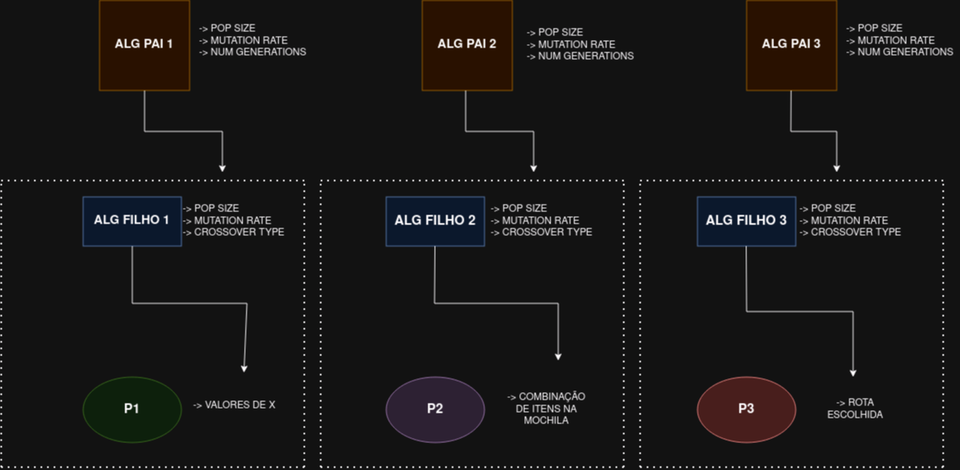
Above: esquemaAlgs.drawio.png in ncalsolari/TCC (draw.io), before the change. Source tidied: cells renumbered, new cells last; positions are measured from the earlier drawing's top-left corner, leaving out a move shared by most shapes.
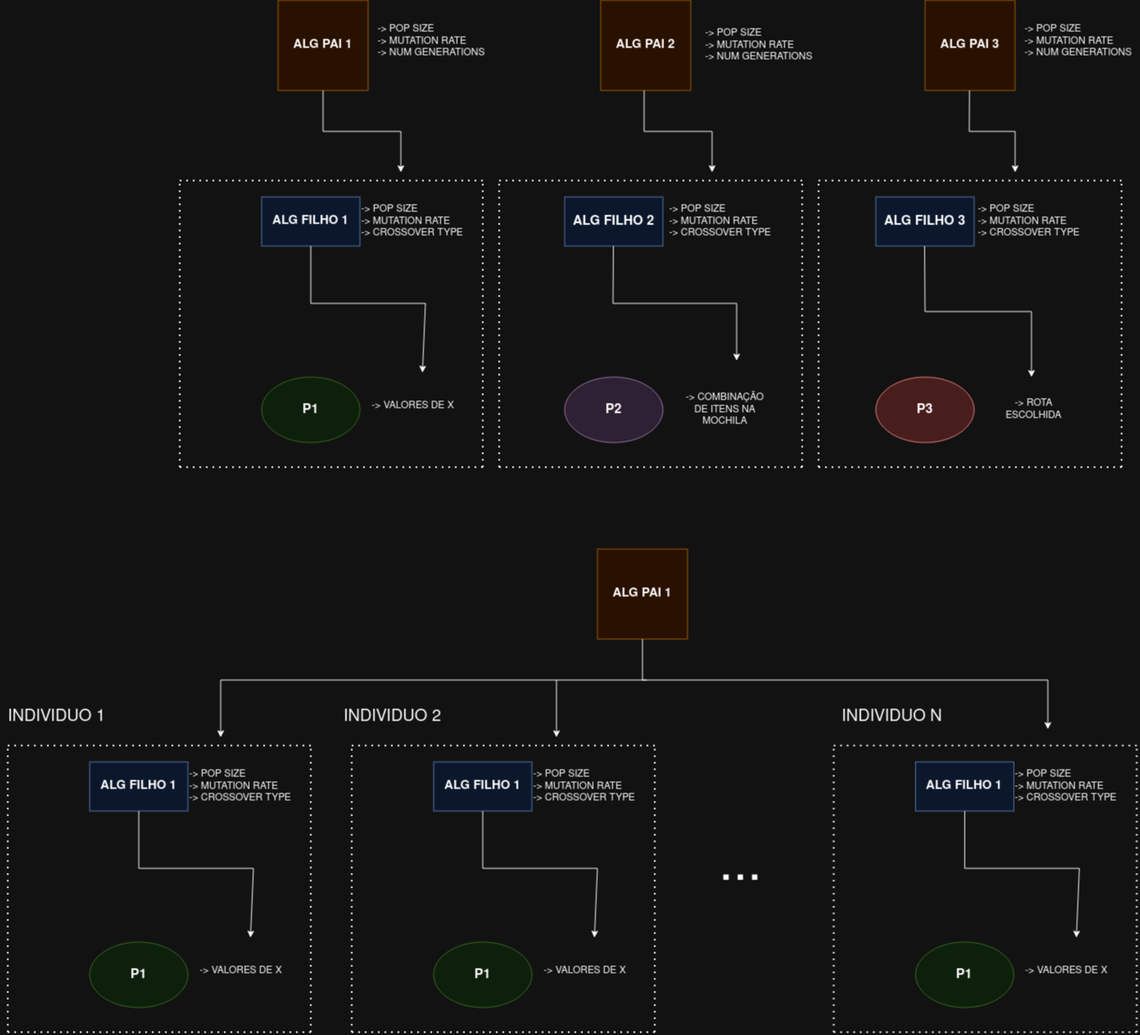
Later version of the same file.

Diff of the diagram source:
```diff
@@ -185,5 +185,179 @@
     <mxCell id="37" value="&lt;div&gt;-&amp;gt; POP SIZE&lt;/div&gt;&lt;div&gt;-&amp;gt; MUTATION RATE&lt;/div&gt;&lt;div&gt;-&amp;gt; NUM GENERATIONS&lt;br&gt;&lt;/div&gt;" style="text;html=1;strokeColor=none;fillColor=none;align=left;verticalAlign=middle;whiteSpace=wrap;rounded=0;" parent="1" vertex="1">
       <mxGeometry x="1030" y="20" width="140" height="60" as="geometry" />
     </mxCell>
+    <mxCell id="38" value="&lt;font size=&quot;1&quot;&gt;&lt;b style=&quot;font-size: 15px;&quot;&gt;ALG FILHO 1&lt;/b&gt;&lt;/font&gt;" style="rounded=0;whiteSpace=wrap;html=1;fillColor=#dae8fc;strokeColor=#6c8ebf;" parent="1" vertex="1">
+      <mxGeometry x="-110" y="930" width="120" height="60" as="geometry" />
+    </mxCell>
+    <mxCell id="39" style="endArrow=classic;html=1;rounded=0;exitX=0.5;exitY=1;exitDx=0;exitDy=0;entryX=0.603;entryY=-0.076;entryDx=0;entryDy=0;entryPerimeter=0;" parent="1" edge="1" source="38" target="48">
+      <mxGeometry relative="1" as="geometry">
+        <Array as="points">
+          <mxPoint x="-50" y="1060" />
+          <mxPoint x="90" y="1060" />
+        </Array>
+      </mxGeometry>
+    </mxCell>
+    <mxCell id="40" value="&lt;b&gt;&lt;font style=&quot;font-size: 16px;&quot;&gt;P1&lt;/font&gt;&lt;/b&gt;" style="ellipse;whiteSpace=wrap;html=1;fillColor=#d5e8d4;strokeColor=#82b366;" parent="1" vertex="1">
+      <mxGeometry x="-110" y="1150" width="120" height="80" as="geometry" />
+    </mxCell>
+    <mxCell id="41" value="&lt;div&gt;-&amp;gt; POP SIZE&lt;/div&gt;&lt;div&gt;-&amp;gt; MUTATION RATE&lt;/div&gt;&lt;div&gt;-&amp;gt; CROSSOVER TYPE&lt;br&gt;&lt;/div&gt;" style="text;html=1;strokeColor=none;fillColor=none;align=left;verticalAlign=middle;whiteSpace=wrap;rounded=0;" parent="1" vertex="1">
+      <mxGeometry x="10" y="930" width="140" height="60" as="geometry" />
+    </mxCell>
+    <mxCell id="42" value="&lt;b&gt;&lt;font style=&quot;font-size: 15px;&quot;&gt;ALG PAI 1&lt;br&gt;&lt;/font&gt;&lt;/b&gt;" style="whiteSpace=wrap;html=1;fillColor=#ffe6cc;strokeColor=#d79b00;" parent="1" vertex="1">
+      <mxGeometry x="510" y="670" width="110" height="110" as="geometry" />
+    </mxCell>
+    <mxCell id="43" style="endArrow=classic;html=1;rounded=0;exitX=0.5;exitY=1;exitDx=0;exitDy=0;" parent="1" edge="1" source="42">
+      <mxGeometry relative="1" as="geometry">
+        <mxPoint x="1060" y="890" as="targetPoint" />
+        <Array as="points">
+          <mxPoint x="565" y="830" />
+          <mxPoint x="1060" y="830" />
+        </Array>
+      </mxGeometry>
+    </mxCell>
+    <mxCell id="44" style="endArrow=none;dashed=1;html=1;dashPattern=1 3;strokeWidth=2;rounded=0;" parent="1" edge="1">
+      <mxGeometry relative="1" as="geometry">
+        <mxPoint x="160" y="1260" as="sourcePoint" />
+        <mxPoint x="160" y="910" as="targetPoint" />
+      </mxGeometry>
+    </mxCell>
+    <mxCell id="45" style="endArrow=none;dashed=1;html=1;dashPattern=1 3;strokeWidth=2;rounded=0;" parent="1" edge="1">
+      <mxGeometry relative="1" as="geometry">
+        <mxPoint x="-210" y="1260" as="sourcePoint" />
+        <mxPoint x="-210" y="910" as="targetPoint" />
+      </mxGeometry>
+    </mxCell>
+    <mxCell id="46" style="endArrow=none;dashed=1;html=1;dashPattern=1 3;strokeWidth=2;rounded=0;" parent="1" edge="1">
+      <mxGeometry relative="1" as="geometry">
+        <mxPoint x="-210" y="1260" as="sourcePoint" />
+        <mxPoint x="160" y="1260" as="targetPoint" />
+      </mxGeometry>
+    </mxCell>
+    <mxCell id="47" style="endArrow=none;dashed=1;html=1;dashPattern=1 3;strokeWidth=2;rounded=0;" parent="1" edge="1">
+      <mxGeometry relative="1" as="geometry">
+        <mxPoint x="-210" y="910" as="sourcePoint" />
+        <mxPoint x="160" y="910" as="targetPoint" />
+      </mxGeometry>
+    </mxCell>
+    <mxCell id="48" value="-&amp;gt; VALORES DE X" style="text;html=1;strokeColor=none;fillColor=none;align=center;verticalAlign=middle;whiteSpace=wrap;rounded=0;" parent="1" vertex="1">
+      <mxGeometry x="20" y="1150" width="110" height="70" as="geometry" />
+    </mxCell>
+    <mxCell id="49" value="&lt;font size=&quot;1&quot;&gt;&lt;b style=&quot;font-size: 15px;&quot;&gt;ALG FILHO 1&lt;/b&gt;&lt;/font&gt;" style="rounded=0;whiteSpace=wrap;html=1;fillColor=#dae8fc;strokeColor=#6c8ebf;" parent="1" vertex="1">
+      <mxGeometry x="310" y="930" width="120" height="60" as="geometry" />
+    </mxCell>
+    <mxCell id="50" style="endArrow=classic;html=1;rounded=0;exitX=0.5;exitY=1;exitDx=0;exitDy=0;entryX=0.603;entryY=-0.076;entryDx=0;entryDy=0;entryPerimeter=0;" parent="1" edge="1" source="49" target="57">
+      <mxGeometry relative="1" as="geometry">
+        <Array as="points">
+          <mxPoint x="370" y="1060" />
+          <mxPoint x="510" y="1060" />
+        </Array>
+      </mxGeometry>
+    </mxCell>
+    <mxCell id="51" value="&lt;b&gt;&lt;font style=&quot;font-size: 16px;&quot;&gt;P1&lt;/font&gt;&lt;/b&gt;" style="ellipse;whiteSpace=wrap;html=1;fillColor=#d5e8d4;strokeColor=#82b366;" parent="1" vertex="1">
+      <mxGeometry x="310" y="1150" width="120" height="80" as="geometry" />
+    </mxCell>
+    <mxCell id="52" value="&lt;div&gt;-&amp;gt; POP SIZE&lt;/div&gt;&lt;div&gt;-&amp;gt; MUTATION RATE&lt;/div&gt;&lt;div&gt;-&amp;gt; CROSSOVER TYPE&lt;br&gt;&lt;/div&gt;" style="text;html=1;strokeColor=none;fillColor=none;align=left;verticalAlign=middle;whiteSpace=wrap;rounded=0;" parent="1" vertex="1">
+      <mxGeometry x="430" y="930" width="140" height="60" as="geometry" />
+    </mxCell>
+    <mxCell id="53" style="endArrow=none;dashed=1;html=1;dashPattern=1 3;strokeWidth=2;rounded=0;" parent="1" edge="1">
+      <mxGeometry relative="1" as="geometry">
+        <mxPoint x="580" y="1260" as="sourcePoint" />
+        <mxPoint x="580" y="910" as="targetPoint" />
+      </mxGeometry>
+    </mxCell>
+    <mxCell id="54" style="endArrow=none;dashed=1;html=1;dashPattern=1 3;strokeWidth=2;rounded=0;" parent="1" edge="1">
+      <mxGeometry relative="1" as="geometry">
+        <mxPoint x="210" y="1260" as="sourcePoint" />
+        <mxPoint x="210" y="910" as="targetPoint" />
+      </mxGeometry>
+    </mxCell>
+    <mxCell id="55" style="endArrow=none;dashed=1;html=1;dashPattern=1 3;strokeWidth=2;rounded=0;" parent="1" edge="1">
+      <mxGeometry relative="1" as="geometry">
+        <mxPoint x="210" y="1260" as="sourcePoint" />
+        <mxPoint x="580" y="1260" as="targetPoint" />
+      </mxGeometry>
+    </mxCell>
+    <mxCell id="56" style="endArrow=none;dashed=1;html=1;dashPattern=1 3;strokeWidth=2;rounded=0;" parent="1" edge="1">
+      <mxGeometry relative="1" as="geometry">
+        <mxPoint x="210" y="910" as="sourcePoint" />
+        <mxPoint x="580" y="910" as="targetPoint" />
+      </mxGeometry>
+    </mxCell>
+    <mxCell id="57" value="-&amp;gt; VALORES DE X" style="text;html=1;strokeColor=none;fillColor=none;align=center;verticalAlign=middle;whiteSpace=wrap;rounded=0;" parent="1" vertex="1">
+      <mxGeometry x="440" y="1150" width="110" height="70" as="geometry" />
+    </mxCell>
+    <mxCell id="58" value="&lt;font size=&quot;1&quot;&gt;&lt;b style=&quot;font-size: 15px;&quot;&gt;ALG FILHO 1&lt;/b&gt;&lt;/font&gt;" style="rounded=0;whiteSpace=wrap;html=1;fillColor=#dae8fc;strokeColor=#6c8ebf;" parent="1" vertex="1">
+      <mxGeometry x="898.5" y="930" width="120" height="60" as="geometry" />
+    </mxCell>
+    <mxCell id="59" style="endArrow=classic;html=1;rounded=0;exitX=0.5;exitY=1;exitDx=0;exitDy=0;entryX=0.603;entryY=-0.076;entryDx=0;entryDy=0;entryPerimeter=0;" parent="1" edge="1" source="58" target="66">
+      <mxGeometry relative="1" as="geometry">
+        <Array as="points">
+          <mxPoint x="958.5" y="1060" />
+          <mxPoint x="1098.5" y="1060" />
+        </Array>
+      </mxGeometry>
+    </mxCell>
+    <mxCell id="60" value="&lt;b&gt;&lt;font style=&quot;font-size: 16px;&quot;&gt;P1&lt;/font&gt;&lt;/b&gt;" style="ellipse;whiteSpace=wrap;html=1;fillColor=#d5e8d4;strokeColor=#82b366;" parent="1" vertex="1">
+      <mxGeometry x="898.5" y="1150" width="120" height="80" as="geometry" />
+    </mxCell>
+    <mxCell id="61" value="&lt;div&gt;-&amp;gt; POP SIZE&lt;/div&gt;&lt;div&gt;-&amp;gt; MUTATION RATE&lt;/div&gt;&lt;div&gt;-&amp;gt; CROSSOVER TYPE&lt;br&gt;&lt;/div&gt;" style="text;html=1;strokeColor=none;fillColor=none;align=left;verticalAlign=middle;whiteSpace=wrap;rounded=0;" parent="1" vertex="1">
+      <mxGeometry x="1018.5" y="930" width="140" height="60" as="geometry" />
+    </mxCell>
+    <mxCell id="62" style="endArrow=none;dashed=1;html=1;dashPattern=1 3;strokeWidth=2;rounded=0;" parent="1" edge="1">
+      <mxGeometry relative="1" as="geometry">
+        <mxPoint x="1168.5" y="1260" as="sourcePoint" />
+        <mxPoint x="1168.5" y="910" as="targetPoint" />
+      </mxGeometry>
+    </mxCell>
+    <mxCell id="63" style="endArrow=none;dashed=1;html=1;dashPattern=1 3;strokeWidth=2;rounded=0;" parent="1" edge="1">
+      <mxGeometry relative="1" as="geometry">
+        <mxPoint x="798.5" y="1260" as="sourcePoint" />
+        <mxPoint x="798.5" y="910" as="targetPoint" />
+      </mxGeometry>
+    </mxCell>
+    <mxCell id="64" style="endArrow=none;dashed=1;html=1;dashPattern=1 3;strokeWidth=2;rounded=0;" parent="1" edge="1">
+      <mxGeometry relative="1" as="geometry">
+        <mxPoint x="798.5" y="1260" as="sourcePoint" />
+        <mxPoint x="1168.5" y="1260" as="targetPoint" />
+      </mxGeometry>
+    </mxCell>
+    <mxCell id="65" style="endArrow=none;dashed=1;html=1;dashPattern=1 3;strokeWidth=2;rounded=0;" parent="1" edge="1">
+      <mxGeometry relative="1" as="geometry">
+        <mxPoint x="798.5" y="910" as="sourcePoint" />
+        <mxPoint x="1168.5" y="910" as="targetPoint" />
+      </mxGeometry>
+    </mxCell>
+    <mxCell id="66" value="-&amp;gt; VALORES DE X" style="text;html=1;strokeColor=none;fillColor=none;align=center;verticalAlign=middle;whiteSpace=wrap;rounded=0;" parent="1" vertex="1">
+      <mxGeometry x="1028.5" y="1150" width="110" height="70" as="geometry" />
+    </mxCell>
+    <mxCell id="67" style="endArrow=classic;html=1;rounded=0;" parent="1" edge="1">
+      <mxGeometry relative="1" as="geometry">
+        <mxPoint x="570" y="830" as="sourcePoint" />
+        <mxPoint x="460" y="900" as="targetPoint" />
+        <Array as="points">
+          <mxPoint x="460" y="830" />
+        </Array>
+      </mxGeometry>
+    </mxCell>
+    <mxCell id="68" style="endArrow=classic;html=1;rounded=0;" parent="1" edge="1">
+      <mxGeometry relative="1" as="geometry">
+        <mxPoint x="460" y="830" as="sourcePoint" />
+        <mxPoint x="50" y="900" as="targetPoint" />
+        <Array as="points">
+          <mxPoint x="50" y="830" />
+        </Array>
+      </mxGeometry>
+    </mxCell>
+    <mxCell id="69" value="&lt;font style=&quot;font-size: 63px;&quot;&gt;...&lt;/font&gt;" style="text;html=1;strokeColor=none;fillColor=none;align=center;verticalAlign=middle;whiteSpace=wrap;rounded=0;" parent="1" vertex="1">
+      <mxGeometry x="590" y="1030" width="190" height="60" as="geometry" />
+    </mxCell>
+    <mxCell id="70" value="&lt;font style=&quot;font-size: 20px;&quot;&gt;INDIVIDUO 1&lt;/font&gt;" style="text;html=1;strokeColor=none;fillColor=none;align=center;verticalAlign=middle;whiteSpace=wrap;rounded=0;" parent="1" vertex="1">
+      <mxGeometry x="-220" y="860" width="140" height="30" as="geometry" />
+    </mxCell>
+    <mxCell id="71" value="&lt;font style=&quot;font-size: 20px;&quot;&gt;INDIVIDUO 2&lt;br&gt;&lt;/font&gt;" style="text;html=1;strokeColor=none;fillColor=none;align=center;verticalAlign=middle;whiteSpace=wrap;rounded=0;" parent="1" vertex="1">
+      <mxGeometry x="190" y="860" width="140" height="30" as="geometry" />
+    </mxCell>
+    <mxCell id="72" value="&lt;font style=&quot;font-size: 20px;&quot;&gt;INDIVIDUO N&lt;br&gt;&lt;/font&gt;" style="text;html=1;strokeColor=none;fillColor=none;align=center;verticalAlign=middle;whiteSpace=wrap;rounded=0;" parent="1" vertex="1">
+      <mxGeometry x="800" y="860" width="140" height="30" as="geometry" />
+    </mxCell>
   </root>
 </mxGraphModel>
```
